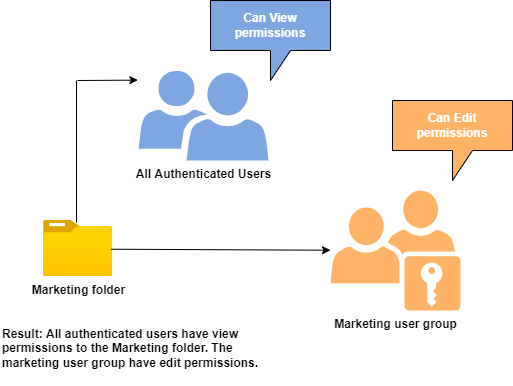
The draw.io diagram help/assets/permissions-management-groups.png in AdobeDocs/experience-manager-assets-essentials.en, before a commit. Source tidied: cells renumbered, new cells last; positions are measured from the earlier drawing's top-left corner, leaving out a move shared by most shapes. Source of this version:
```xml
<mxGraphModel>
  <root>
    <mxCell id="0" />
    <mxCell id="1" parent="0" />
    <mxCell id="2" value="&lt;b&gt;Marketing user group&lt;/b&gt;" style="sketch=0;shadow=0;dashed=0;html=1;strokeColor=none;fillColor=#FFB366;labelPosition=center;verticalLabelPosition=bottom;verticalAlign=top;outlineConnect=0;align=center;shape=mxgraph.office.users.role_group;" parent="1" vertex="1">
      <mxGeometry x="330" y="190" width="130" height="120" as="geometry" />
    </mxCell>
    <mxCell id="3" value="&lt;b&gt;All Authenticated Users&lt;/b&gt;" style="sketch=0;shadow=0;dashed=0;html=1;strokeColor=none;labelPosition=center;verticalLabelPosition=bottom;verticalAlign=top;align=center;fillColor=#7EA6E0;shape=mxgraph.mscae.intune.user_group;" parent="1" vertex="1">
      <mxGeometry x="138" y="70" width="130" height="90" as="geometry" />
    </mxCell>
    <mxCell id="4" value="&lt;b&gt;&lt;font color=&quot;#ffffff&quot;&gt;Can View permissions&lt;/font&gt;&lt;/b&gt;" style="shape=callout;whiteSpace=wrap;html=1;perimeter=calloutPerimeter;fillColor=#7EA6E0;" parent="1" vertex="1">
      <mxGeometry x="210" width="120" height="80" as="geometry" />
    </mxCell>
    <mxCell id="5" value="&lt;b&gt;&lt;font color=&quot;#ffffff&quot;&gt;Can Edit permissions&lt;/font&gt;&lt;/b&gt;" style="shape=callout;whiteSpace=wrap;html=1;perimeter=calloutPerimeter;fillColor=#FFB366;" parent="1" vertex="1">
      <mxGeometry x="392" y="100" width="120" height="80" as="geometry" />
    </mxCell>
    <mxCell id="6" value="&lt;font color=&quot;#000000&quot;&gt;&lt;b&gt;Result: All authenticated users have view permissions to the Marketing folder. The marketing user group have edit permissions.&amp;nbsp;&lt;/b&gt;&lt;/font&gt;" style="text;html=1;strokeColor=none;fillColor=none;align=left;verticalAlign=middle;whiteSpace=wrap;rounded=0;fontColor=#FFFFFF;" parent="1" vertex="1">
      <mxGeometry y="310" width="290" height="75" as="geometry" />
    </mxCell>
    <mxCell id="7" value="&lt;b&gt;Marketing folder&lt;/b&gt;" style="html=1;points=[];align=center;image;fontSize=12;image=img/lib/azure2/general/Folder_Blank.svg;fontColor=#000000;fillColor=#FFB366;" parent="1" vertex="1">
      <mxGeometry x="43" y="220" width="69" height="56" as="geometry" />
    </mxCell>
    <mxCell id="8" style="endArrow=none;html=1;rounded=0;fontColor=#000000;" parent="1" edge="1">
      <mxGeometry relative="1" as="geometry">
        <mxPoint x="76" y="222" as="sourcePoint" />
        <mxPoint x="76" y="80" as="targetPoint" />
      </mxGeometry>
    </mxCell>
    <mxCell id="9" style="endArrow=classic;html=1;rounded=0;fontColor=#000000;entryX=-0.005;entryY=0.107;entryDx=0;entryDy=0;entryPerimeter=0;" parent="1" edge="1" target="3">
      <mxGeometry relative="1" as="geometry">
        <mxPoint x="77" y="80" as="sourcePoint" />
      </mxGeometry>
    </mxCell>
    <mxCell id="10" style="endArrow=classic;html=1;rounded=0;fontColor=#000000;exitX=0.981;exitY=0.513;exitDx=0;exitDy=0;exitPerimeter=0;" parent="1" edge="1" source="7" target="2">
      <mxGeometry relative="1" as="geometry" />
    </mxCell>
  </root>
</mxGraphModel>
```
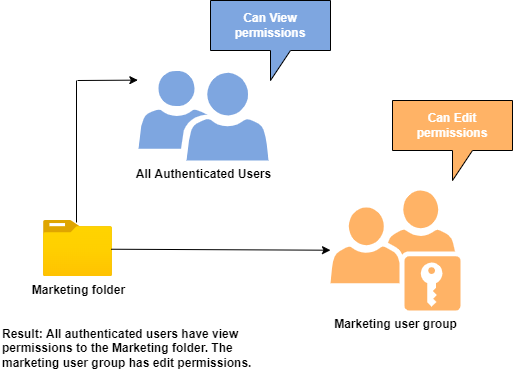
The same diagram one commit later.

What changed in the source:
```diff
@@ -14,7 +14,7 @@
     <mxCell id="5" value="&lt;b&gt;&lt;font color=&quot;#ffffff&quot;&gt;Can Edit permissions&lt;/font&gt;&lt;/b&gt;" style="shape=callout;whiteSpace=wrap;html=1;perimeter=calloutPerimeter;fillColor=#FFB366;" parent="1" vertex="1">
       <mxGeometry x="392" y="100" width="120" height="80" as="geometry" />
     </mxCell>
-    <mxCell id="6" value="&lt;font color=&quot;#000000&quot;&gt;&lt;b&gt;Result: All authenticated users have view permissions to the Marketing folder. The marketing user group have edit permissions.&amp;nbsp;&lt;/b&gt;&lt;/font&gt;" style="text;html=1;strokeColor=none;fillColor=none;align=left;verticalAlign=middle;whiteSpace=wrap;rounded=0;fontColor=#FFFFFF;" parent="1" vertex="1">
+    <mxCell id="6" value="&lt;font color=&quot;#000000&quot;&gt;&lt;b&gt;Result: All authenticated users have view permissions to the Marketing folder. The marketing user group has edit permissions.&amp;nbsp;&lt;/b&gt;&lt;/font&gt;" style="text;html=1;strokeColor=none;fillColor=none;align=left;verticalAlign=middle;whiteSpace=wrap;rounded=0;fontColor=#FFFFFF;" parent="1" vertex="1">
       <mxGeometry y="310" width="290" height="75" as="geometry" />
     </mxCell>
     <mxCell id="7" value="&lt;b&gt;Marketing folder&lt;/b&gt;" style="html=1;points=[];align=center;image;fontSize=12;image=img/lib/azure2/general/Folder_Blank.svg;fontColor=#000000;fillColor=#FFB366;" parent="1" vertex="1">
```
